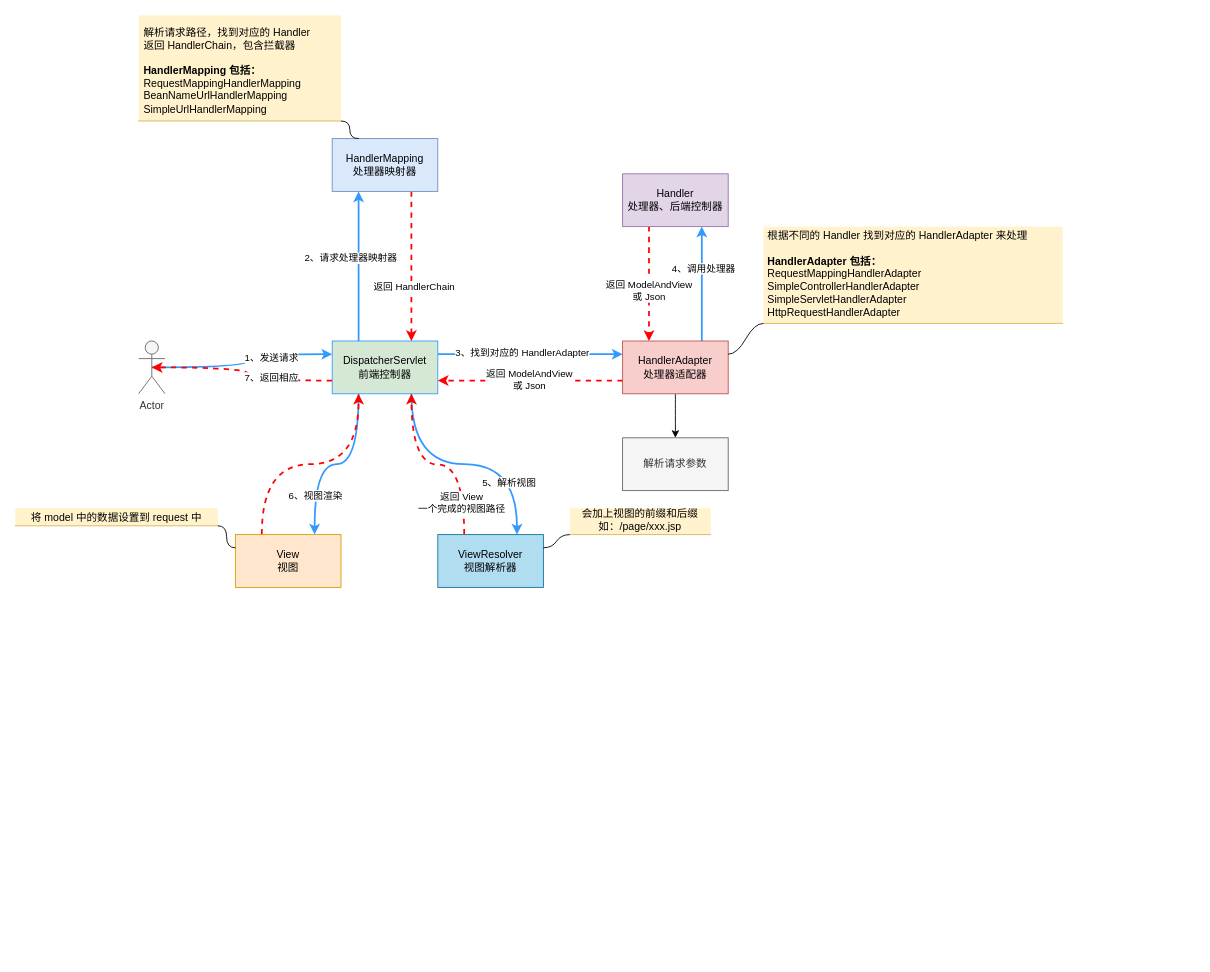
Earlier version of the draw.io diagram spring/spring-mvc/spring-mvc.drawio (thebesteric/draw.io). Source tidied: cells renumbered, new cells numbered last; positions are measured from the earlier drawing's top-left corner, leaving out a move shared by most shapes. Both pictures are drawn from the tidied source at 88%, with x=0, y=0 at pixel (15, 15).
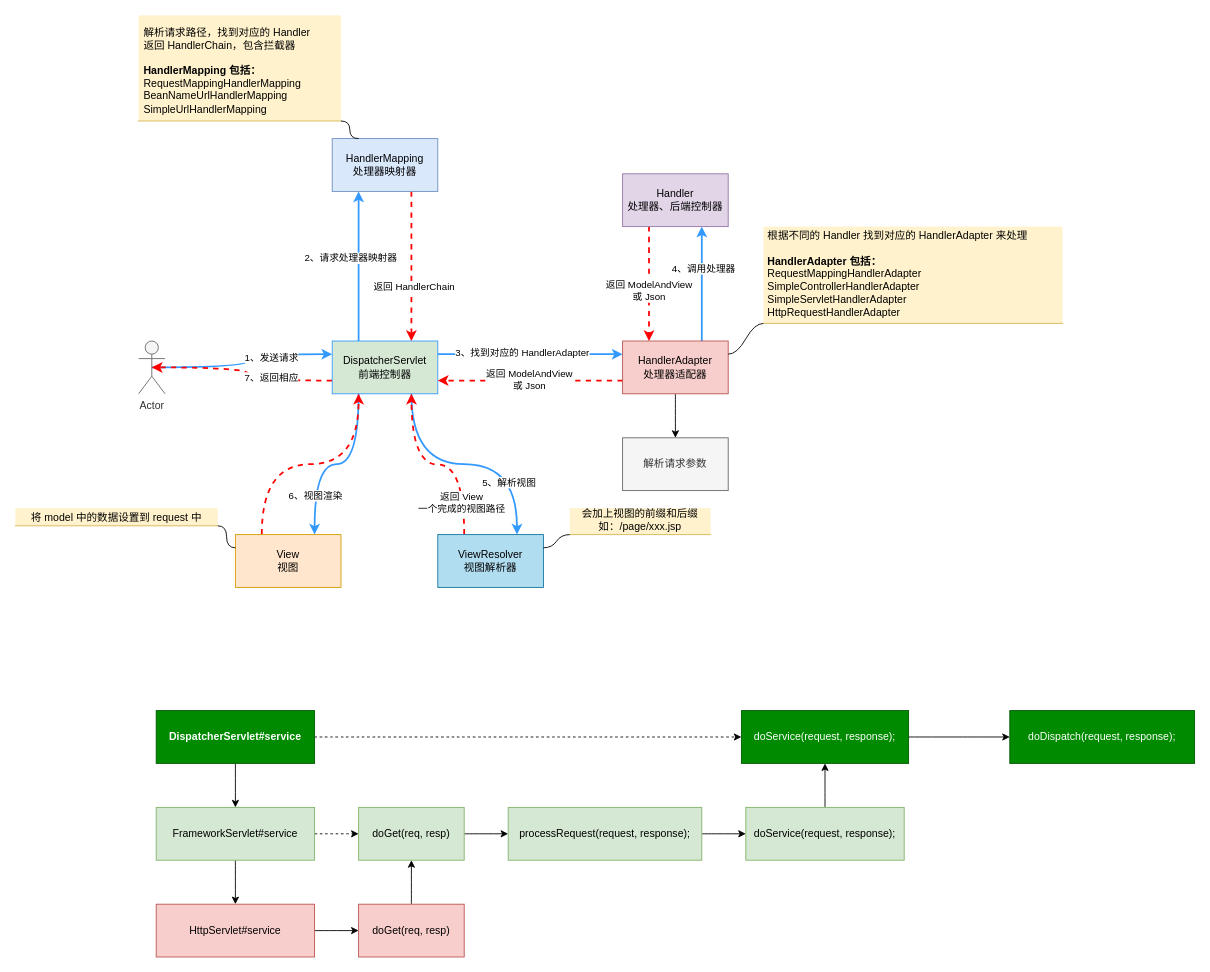
Above is the later version.

The edit, as a diff of the source:
```diff
@@
+    <mxCell id="42" style="edgeStyle=orthogonalEdgeStyle;rounded=0;jettySize=auto;html=1;curved=1;entryX=0.5;entryY=0;entryDx=0;entryDy=0;" parent="1" edge="1" source="44" target="49">
+      <mxGeometry relative="1" as="geometry" />
+    </mxCell>
+    <mxCell id="43" style="edgeStyle=orthogonalEdgeStyle;curved=1;rounded=0;jettySize=auto;html=1;dashed=1;" parent="1" edge="1" source="44" target="59">
+      <mxGeometry relative="1" as="geometry" />
+    </mxCell>
+    <mxCell id="44" value="&lt;b&gt;DispatcherServlet#service&lt;/b&gt;" style="rounded=0;whiteSpace=wrap;html=1;fillColor=#008a00;strokeColor=#005700;fontColor=#ffffff;" parent="1" vertex="1">
+      <mxGeometry x="160" y="790" width="180" height="60" as="geometry" />
+    </mxCell>
+    <mxCell id="45" style="edgeStyle=orthogonalEdgeStyle;curved=1;rounded=0;jettySize=auto;html=1;" parent="1" edge="1" source="46" target="51">
+      <mxGeometry relative="1" as="geometry" />
+    </mxCell>
+    <mxCell id="46" value="HttpServlet#service" style="whiteSpace=wrap;html=1;fillColor=#f8cecc;strokeColor=#b85450;rounded=0;" parent="1" vertex="1">
+      <mxGeometry x="160" y="1010" width="180" height="60" as="geometry" />
+    </mxCell>
+    <mxCell id="47" style="edgeStyle=orthogonalEdgeStyle;curved=1;rounded=0;jettySize=auto;html=1;exitX=0.5;exitY=1;exitDx=0;exitDy=0;" parent="1" edge="1" source="49" target="46">
+      <mxGeometry relative="1" as="geometry" />
+    </mxCell>
+    <mxCell id="48" style="edgeStyle=orthogonalEdgeStyle;curved=1;rounded=0;jettySize=auto;html=1;exitX=1;exitY=0.5;exitDx=0;exitDy=0;entryX=0;entryY=0.5;entryDx=0;entryDy=0;dashed=1;" parent="1" edge="1" source="49" target="53">
+      <mxGeometry relative="1" as="geometry" />
+    </mxCell>
+    <mxCell id="49" value="FrameworkServlet#service" style="whiteSpace=wrap;html=1;fillColor=#d5e8d4;strokeColor=#82b366;rounded=0;" parent="1" vertex="1">
+      <mxGeometry x="160" y="900" width="180" height="60" as="geometry" />
+    </mxCell>
+    <mxCell id="50" style="edgeStyle=orthogonalEdgeStyle;curved=1;rounded=0;jettySize=auto;html=1;exitX=0.5;exitY=0;exitDx=0;exitDy=0;" parent="1" edge="1" source="51" target="53">
+      <mxGeometry relative="1" as="geometry" />
+    </mxCell>
+    <mxCell id="51" value="doGet(req, resp)" style="whiteSpace=wrap;html=1;fillColor=#f8cecc;strokeColor=#b85450;rounded=0;" parent="1" vertex="1">
+      <mxGeometry x="390" y="1010" width="120" height="60" as="geometry" />
+    </mxCell>
+    <mxCell id="52" style="edgeStyle=orthogonalEdgeStyle;curved=1;rounded=0;jettySize=auto;html=1;" parent="1" edge="1" source="53" target="55">
+      <mxGeometry relative="1" as="geometry" />
+    </mxCell>
+    <mxCell id="53" value="doGet(req, resp)" style="whiteSpace=wrap;html=1;fillColor=#d5e8d4;strokeColor=#82b366;rounded=0;" parent="1" vertex="1">
+      <mxGeometry x="390" y="900" width="120" height="60" as="geometry" />
+    </mxCell>
+    <mxCell id="54" style="edgeStyle=orthogonalEdgeStyle;curved=1;rounded=0;jettySize=auto;html=1;" parent="1" edge="1" source="55" target="57">
+      <mxGeometry relative="1" as="geometry" />
+    </mxCell>
+    <mxCell id="55" value="processRequest(request, response);" style="whiteSpace=wrap;html=1;fillColor=#d5e8d4;strokeColor=#82b366;rounded=0;" parent="1" vertex="1">
+      <mxGeometry x="560" y="900" width="220" height="60" as="geometry" />
+    </mxCell>
+    <mxCell id="56" style="edgeStyle=orthogonalEdgeStyle;curved=1;rounded=0;jettySize=auto;html=1;exitX=0.5;exitY=0;exitDx=0;exitDy=0;entryX=0.5;entryY=1;entryDx=0;entryDy=0;" parent="1" edge="1" source="57" target="59">
+      <mxGeometry relative="1" as="geometry" />
+    </mxCell>
+    <mxCell id="57" value="doService(request, response);" style="whiteSpace=wrap;html=1;fillColor=#d5e8d4;strokeColor=#82b366;rounded=0;" parent="1" vertex="1">
+      <mxGeometry x="830" y="900" width="180" height="60" as="geometry" />
+    </mxCell>
+    <mxCell id="58" style="edgeStyle=orthogonalEdgeStyle;curved=1;rounded=0;jettySize=auto;html=1;" parent="1" edge="1" source="59" target="60">
+      <mxGeometry relative="1" as="geometry" />
+    </mxCell>
+    <mxCell id="59" value="doService(request, response);" style="whiteSpace=wrap;html=1;fillColor=#008a00;strokeColor=#005700;fontColor=#ffffff;rounded=0;" parent="1" vertex="1">
+      <mxGeometry x="825" y="790" width="190" height="60" as="geometry" />
+    </mxCell>
+    <mxCell id="60" value="doDispatch(request, response);" style="whiteSpace=wrap;html=1;fillColor=#008a00;strokeColor=#005700;fontColor=#ffffff;rounded=0;" parent="1" vertex="1">
+      <mxGeometry x="1130" y="790" width="210" height="60" as="geometry" />
+    </mxCell>
```
